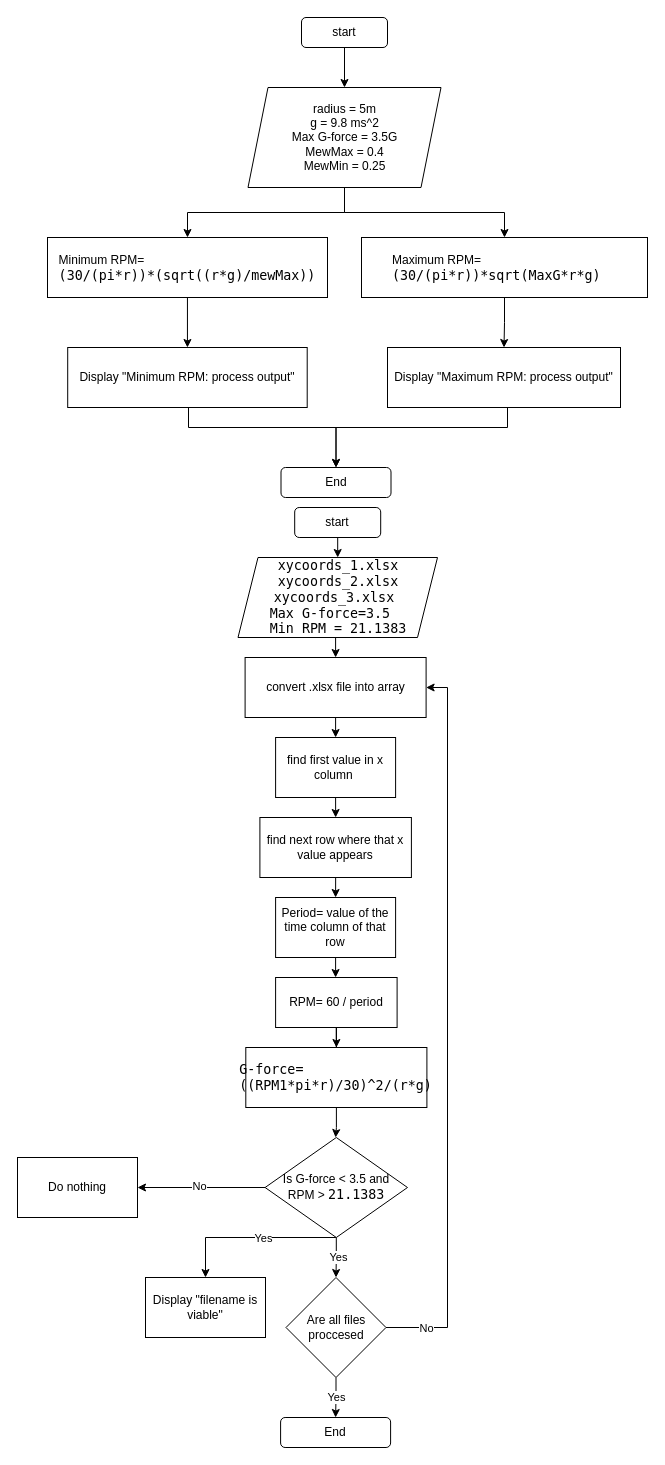
This is Untitled Diagram.drawio from ShhhhTheBaby/draw.io, a draw.io file, before an edit. Source tidied: cells renumbered, new cells numbered last; positions are measured from the earlier drawing's top-left corner, leaving out a move shared by most shapes. Both pictures are drawn from the tidied source at 100%, with x=0, y=0 at pixel (17, 17).
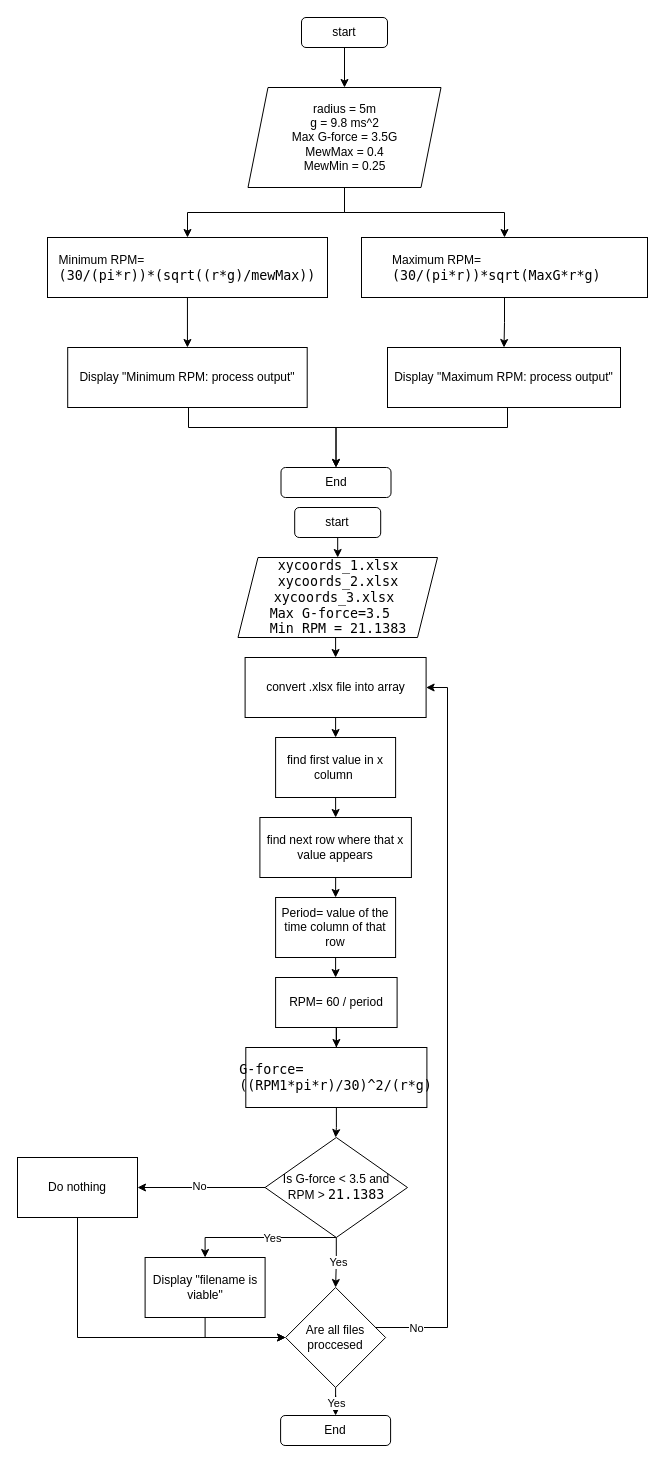
Above is the later version.

Unchanged cells that the change refers to:
```xml
<mxCell id="46" value="Do nothing" style="rounded=0;whiteSpace=wrap;html=1;" parent="1" vertex="1">
  <mxGeometry y="1140" width="120" height="60" as="geometry" />
</mxCell>
```

Diff of the diagram source:
```diff
@@
     <mxCell id="36" value="Are all files proccesed" style="rhombus;whiteSpace=wrap;html=1;" parent="1" vertex="1">
-      <mxGeometry x="268.5" y="1260" width="100" height="100" as="geometry" />
+      <mxGeometry x="268.1" y="1270" width="100" height="100" as="geometry" />
     </mxCell>
     <mxCell id="37" value="End" style="rounded=1;whiteSpace=wrap;html=1;" parent="1" vertex="1">
-      <mxGeometry x="263.1" y="1400" width="110" height="30" as="geometry" />
+      <mxGeometry x="263.1" y="1398" width="110" height="30" as="geometry" />
     </mxCell>
@@
+    <mxCell id="47" style="edgeStyle=orthogonalEdgeStyle;rounded=0;jettySize=auto;html=1;exitX=0.5;exitY=1;exitDx=0;exitDy=0;" parent="1" edge="1" source="45" target="36">
+      <mxGeometry relative="1" as="geometry" />
+    </mxCell>
     <mxCell id="45" value="Display &quot;filename is viable&quot;" style="rounded=0;whiteSpace=wrap;html=1;" parent="1" vertex="1">
-      <mxGeometry x="128" y="1260" width="120" height="60" as="geometry" />
+      <mxGeometry x="127.6" y="1240" width="120" height="60" as="geometry" />
     </mxCell>
+    <mxCell id="48" style="edgeStyle=orthogonalEdgeStyle;rounded=0;jettySize=auto;html=1;entryX=0;entryY=0.5;entryDx=0;entryDy=0;" parent="1" edge="1" source="46" target="36">
+      <mxGeometry relative="1" as="geometry">
+        <Array as="points">
+          <mxPoint x="60" y="1320" />
+        </Array>
+      </mxGeometry>
+    </mxCell>
```
